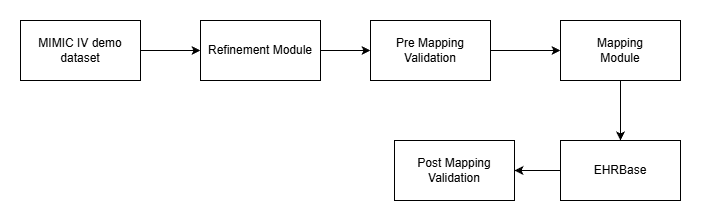
Above: res/Untitled Diagram.drawio.png in 4KSHAT0p/Major (draw.io), before the change. Source tidied: cells renumbered, new cells last; positions are measured from the earlier drawing's top-left corner, leaving out a move shared by most shapes. The source it was exported from:
```xml
<mxGraphModel>
  <root>
    <mxCell id="0" />
    <mxCell id="1" parent="0" />
    <mxCell id="2" style="edgeStyle=orthogonalEdgeStyle;rounded=0;jettySize=auto;html=1;entryX=0;entryY=0.5;entryDx=0;entryDy=0;" parent="1" edge="1" source="3" target="5">
      <mxGeometry relative="1" as="geometry" />
    </mxCell>
    <mxCell id="3" value="MIMIC IV demo dataset" style="rounded=0;whiteSpace=wrap;html=1;" parent="1" vertex="1">
      <mxGeometry width="120" height="60" as="geometry" />
    </mxCell>
    <mxCell id="4" style="edgeStyle=orthogonalEdgeStyle;rounded=0;jettySize=auto;html=1;entryX=0;entryY=0.5;entryDx=0;entryDy=0;" parent="1" edge="1" source="5" target="9">
      <mxGeometry relative="1" as="geometry" />
    </mxCell>
    <mxCell id="5" value="Refinement Module" style="rounded=0;whiteSpace=wrap;html=1;" parent="1" vertex="1">
      <mxGeometry x="180" width="120" height="60" as="geometry" />
    </mxCell>
    <mxCell id="6" style="edgeStyle=orthogonalEdgeStyle;rounded=0;jettySize=auto;html=1;entryX=0.5;entryY=0;entryDx=0;entryDy=0;" parent="1" edge="1" source="7" target="11">
      <mxGeometry relative="1" as="geometry" />
    </mxCell>
    <mxCell id="7" value="Mapping&lt;div&gt;Module&lt;/div&gt;" style="rounded=0;whiteSpace=wrap;html=1;" parent="1" vertex="1">
      <mxGeometry x="540" width="120" height="60" as="geometry" />
    </mxCell>
    <mxCell id="8" style="edgeStyle=orthogonalEdgeStyle;rounded=0;jettySize=auto;html=1;" parent="1" edge="1" source="9" target="7">
      <mxGeometry relative="1" as="geometry" />
    </mxCell>
    <mxCell id="9" value="Pre Mapping Validation" style="rounded=0;whiteSpace=wrap;html=1;" parent="1" vertex="1">
      <mxGeometry x="350" width="120" height="60" as="geometry" />
    </mxCell>
    <mxCell id="10" style="edgeStyle=orthogonalEdgeStyle;rounded=0;jettySize=auto;html=1;entryX=1;entryY=0.5;entryDx=0;entryDy=0;" parent="1" edge="1" source="11" target="12">
      <mxGeometry relative="1" as="geometry" />
    </mxCell>
    <mxCell id="11" value="EHRBase" style="rounded=0;whiteSpace=wrap;html=1;" parent="1" vertex="1">
      <mxGeometry x="540" y="120" width="120" height="60" as="geometry" />
    </mxCell>
    <mxCell id="12" value="Post Mapping Validation" style="rounded=0;whiteSpace=wrap;html=1;" parent="1" vertex="1">
      <mxGeometry x="374" y="120" width="120" height="60" as="geometry" />
    </mxCell>
  </root>
</mxGraphModel>
```
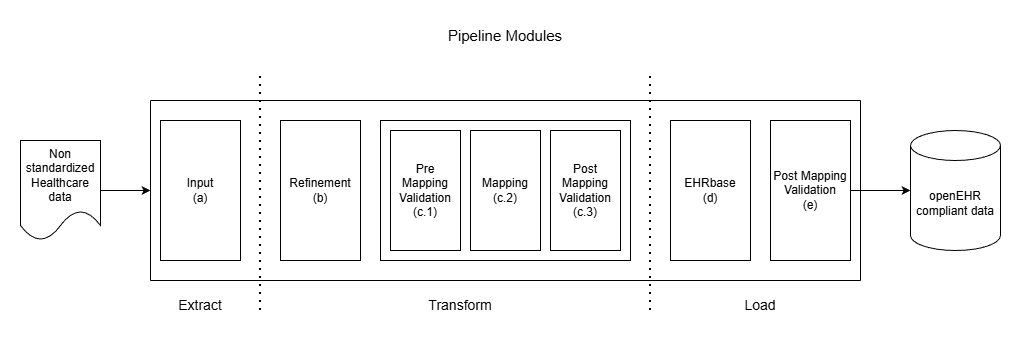
The same diagram one commit later.

What changed in the source:
```diff
@@ -2,38 +2,91 @@
   <root>
     <mxCell id="0" />
     <mxCell id="1" parent="0" />
-    <mxCell id="2" style="edgeStyle=orthogonalEdgeStyle;rounded=0;jettySize=auto;html=1;entryX=0;entryY=0.5;entryDx=0;entryDy=0;" parent="1" edge="1" source="3" target="5">
-      <mxGeometry relative="1" as="geometry" />
-    </mxCell>
-    <mxCell id="3" value="MIMIC IV demo dataset" style="rounded=0;whiteSpace=wrap;html=1;" parent="1" vertex="1">
-      <mxGeometry width="120" height="60" as="geometry" />
-    </mxCell>
-    <mxCell id="4" style="edgeStyle=orthogonalEdgeStyle;rounded=0;jettySize=auto;html=1;entryX=0;entryY=0.5;entryDx=0;entryDy=0;" parent="1" edge="1" source="5" target="9">
-      <mxGeometry relative="1" as="geometry" />
-    </mxCell>
-    <mxCell id="5" value="Refinement Module" style="rounded=0;whiteSpace=wrap;html=1;" parent="1" vertex="1">
-      <mxGeometry x="180" width="120" height="60" as="geometry" />
-    </mxCell>
-    <mxCell id="6" style="edgeStyle=orthogonalEdgeStyle;rounded=0;jettySize=auto;html=1;entryX=0.5;entryY=0;entryDx=0;entryDy=0;" parent="1" edge="1" source="7" target="11">
-      <mxGeometry relative="1" as="geometry" />
-    </mxCell>
-    <mxCell id="7" value="Mapping&lt;div&gt;Module&lt;/div&gt;" style="rounded=0;whiteSpace=wrap;html=1;" parent="1" vertex="1">
-      <mxGeometry x="540" width="120" height="60" as="geometry" />
-    </mxCell>
-    <mxCell id="8" style="edgeStyle=orthogonalEdgeStyle;rounded=0;jettySize=auto;html=1;" parent="1" edge="1" source="9" target="7">
-      <mxGeometry relative="1" as="geometry" />
-    </mxCell>
-    <mxCell id="9" value="Pre Mapping Validation" style="rounded=0;whiteSpace=wrap;html=1;" parent="1" vertex="1">
-      <mxGeometry x="350" width="120" height="60" as="geometry" />
-    </mxCell>
-    <mxCell id="10" style="edgeStyle=orthogonalEdgeStyle;rounded=0;jettySize=auto;html=1;entryX=1;entryY=0.5;entryDx=0;entryDy=0;" parent="1" edge="1" source="11" target="12">
-      <mxGeometry relative="1" as="geometry" />
-    </mxCell>
-    <mxCell id="11" value="EHRBase" style="rounded=0;whiteSpace=wrap;html=1;" parent="1" vertex="1">
-      <mxGeometry x="540" y="120" width="120" height="60" as="geometry" />
-    </mxCell>
-    <mxCell id="12" value="Post Mapping Validation" style="rounded=0;whiteSpace=wrap;html=1;" parent="1" vertex="1">
-      <mxGeometry x="374" y="120" width="120" height="60" as="geometry" />
-    </mxCell>
+    <mxCell id="13" value="Refinement&lt;div&gt;(b)&lt;/div&gt;" style="rounded=0;whiteSpace=wrap;html=1;" parent="1" vertex="1">
+      <mxGeometry x="320" y="90" width="80" height="140" as="geometry" />
+    </mxCell>
+    <mxCell id="14" style="rounded=0;whiteSpace=wrap;html=1;fillColor=none;" parent="1" vertex="1">
+      <mxGeometry x="420" y="90" width="250" height="140" as="geometry" />
+    </mxCell>
+    <mxCell id="15" value="Mapping&lt;div&gt;(c.2)&lt;/div&gt;" style="rounded=0;whiteSpace=wrap;html=1;" parent="1" vertex="1">
+      <mxGeometry x="510" y="100" width="70" height="120" as="geometry" />
+    </mxCell>
+    <mxCell id="16" value="Input&lt;div&gt;(a)&lt;/div&gt;" style="rounded=0;whiteSpace=wrap;html=1;" parent="1" vertex="1">
+      <mxGeometry x="200" y="90" width="80" height="140" as="geometry" />
+    </mxCell>
+    <mxCell id="17" value="Pre Mapping Validation&lt;br&gt;&lt;div&gt;(c.1)&lt;/div&gt;" style="rounded=0;whiteSpace=wrap;html=1;" parent="1" vertex="1">
+      <mxGeometry x="430" y="100" width="70" height="120" as="geometry" />
+    </mxCell>
+    <mxCell id="18" value="Post Mapping Validation&lt;div&gt;(c.3)&lt;/div&gt;" style="rounded=0;whiteSpace=wrap;html=1;" parent="1" vertex="1">
+      <mxGeometry x="590" y="100" width="70" height="120" as="geometry" />
+    </mxCell>
+    <mxCell id="19" value="EHRbase&lt;div&gt;(d)&lt;/div&gt;" style="rounded=0;whiteSpace=wrap;html=1;" parent="1" vertex="1">
+      <mxGeometry x="710" y="90" width="80" height="140" as="geometry" />
+    </mxCell>
+    <mxCell id="20" value="Post Mapping Validation&lt;div&gt;(e)&lt;/div&gt;" style="rounded=0;whiteSpace=wrap;html=1;" parent="1" vertex="1">
+      <mxGeometry x="810" y="90" width="80" height="140" as="geometry" />
+    </mxCell>
+    <mxCell id="21" style="endArrow=none;html=1;rounded=0;" parent="1" edge="1">
+      <mxGeometry relative="1" as="geometry">
+        <mxPoint x="190" y="70" as="sourcePoint" />
+        <mxPoint x="900" y="70" as="targetPoint" />
+      </mxGeometry>
+    </mxCell>
+    <mxCell id="22" style="endArrow=none;html=1;rounded=0;" parent="1" edge="1">
+      <mxGeometry relative="1" as="geometry">
+        <mxPoint x="190" y="250" as="sourcePoint" />
+        <mxPoint x="900" y="250" as="targetPoint" />
+      </mxGeometry>
+    </mxCell>
+    <mxCell id="23" style="endArrow=none;html=1;rounded=0;" parent="1" edge="1">
+      <mxGeometry relative="1" as="geometry">
+        <mxPoint x="900" y="70" as="sourcePoint" />
+        <mxPoint x="900" y="250" as="targetPoint" />
+      </mxGeometry>
+    </mxCell>
+    <mxCell id="24" style="endArrow=none;html=1;rounded=0;" parent="1" edge="1">
+      <mxGeometry relative="1" as="geometry">
+        <mxPoint x="190" y="250" as="sourcePoint" />
+        <mxPoint x="190" y="70" as="targetPoint" />
+      </mxGeometry>
+    </mxCell>
+    <mxCell id="25" style="endArrow=none;dashed=1;html=1;dashPattern=1 3;strokeWidth=2;rounded=0;" parent="1" edge="1">
+      <mxGeometry relative="1" as="geometry">
+        <mxPoint x="300" y="280" as="sourcePoint" />
+        <mxPoint x="300" y="40" as="targetPoint" />
+      </mxGeometry>
+    </mxCell>
+    <mxCell id="26" style="endArrow=none;dashed=1;html=1;dashPattern=1 3;strokeWidth=2;rounded=0;" parent="1" edge="1">
+      <mxGeometry relative="1" as="geometry">
+        <mxPoint x="690" y="280" as="sourcePoint" />
+        <mxPoint x="690" y="40" as="targetPoint" />
+      </mxGeometry>
+    </mxCell>
+    <mxCell id="27" value="&lt;font style=&quot;font-size: 14px;&quot;&gt;Extract&lt;/font&gt;" style="text;html=1;whiteSpace=wrap;strokeColor=none;fillColor=none;align=center;verticalAlign=middle;rounded=0;" parent="1" vertex="1">
+      <mxGeometry x="210" y="260" width="60" height="30" as="geometry" />
+    </mxCell>
+    <mxCell id="28" value="&lt;font style=&quot;font-size: 14px;&quot;&gt;Transform&lt;/font&gt;" style="text;html=1;whiteSpace=wrap;strokeColor=none;fillColor=none;align=center;verticalAlign=middle;rounded=0;" parent="1" vertex="1">
+      <mxGeometry x="470" y="260" width="60" height="30" as="geometry" />
+    </mxCell>
+    <mxCell id="29" value="&lt;font style=&quot;font-size: 14px;&quot;&gt;Load&lt;/font&gt;" style="text;html=1;whiteSpace=wrap;strokeColor=none;fillColor=none;align=center;verticalAlign=middle;rounded=0;" parent="1" vertex="1">
+      <mxGeometry x="770" y="260" width="60" height="30" as="geometry" />
+    </mxCell>
+    <mxCell id="30" value="&lt;span style=&quot;font-size: 15px;&quot;&gt;Pipeline Modules&lt;/span&gt;" style="text;html=1;whiteSpace=wrap;strokeColor=none;fillColor=none;align=center;verticalAlign=middle;rounded=0;" parent="1" vertex="1">
+      <mxGeometry x="480" y="-10" width="130" height="30" as="geometry" />
+    </mxCell>
+    <mxCell id="31" style="edgeStyle=orthogonalEdgeStyle;rounded=0;jettySize=auto;html=1;" parent="1" edge="1" source="32">
+      <mxGeometry relative="1" as="geometry">
+        <mxPoint x="190" y="160" as="targetPoint" />
+      </mxGeometry>
+    </mxCell>
+    <mxCell id="32" value="Non standardized Healthcare data" style="shape=document;whiteSpace=wrap;html=1;boundedLbl=1;" parent="1" vertex="1">
+      <mxGeometry x="60" y="110" width="80" height="100" as="geometry" />
+    </mxCell>
+    <mxCell id="33" value="openEHR compliant data" style="shape=cylinder3;whiteSpace=wrap;html=1;boundedLbl=1;backgroundOutline=1;size=15;" parent="1" vertex="1">
+      <mxGeometry x="950" y="100" width="90" height="120" as="geometry" />
+    </mxCell>
+    <mxCell id="34" style="edgeStyle=orthogonalEdgeStyle;rounded=0;jettySize=auto;html=1;entryX=0;entryY=0.5;entryDx=0;entryDy=0;entryPerimeter=0;" parent="1" edge="1" source="20" target="33">
+      <mxGeometry relative="1" as="geometry" />
+    </mxCell>
   </root>
 </mxGraphModel>
```
